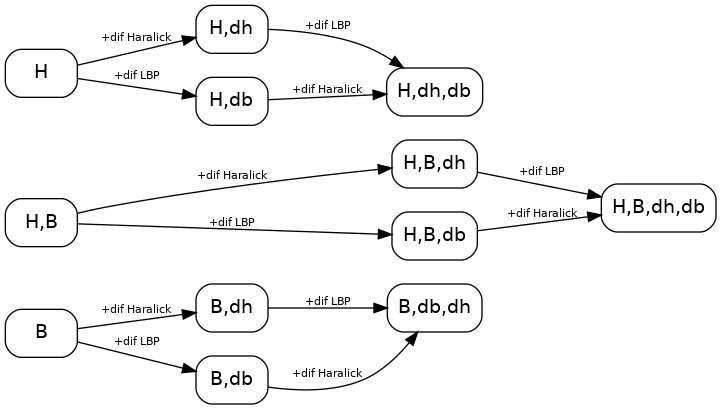
Before: docs/diagrams/tratamentos.png, a diagram exported from Graphviz (nuba/uff-2023-tcc-simetria-mamas). Its source is kept beside it as docs/diagrams/tratamentos.dot. The source it was exported from:
```dot
digraph tratamentos {
rankdir=LR
node[fontname="Sans", style=rounded,shape=rectangle]
edge[fontname="Sans",fontsize="8"]

{H; B; H_B; rank=same}


H -> H_B  [style="invis", constraint=false]
B -> H_B  [style="invis", constraint=false]

H -> H_hd [label="+dif Haralick"]
H -> H_bd [label="+dif LBP"]
H_bd -> H_hd_bd [label="+dif Haralick"]

H_hd -> H_hd_B [style="invis"]
B_bd -> H_B_bd [style="invis"]

B -> B_bd [label="+dif LBP"]
B -> B_hd [label="+dif Haralick"]
B_hd -> B_hd_bd [label="+dif LBP"]

H_hd -> H_hd_bd [label="+dif LBP"]
B_bd -> B_hd_bd [label="+dif Haralick"]

H_B -> H_B_bd [label="+dif LBP"]
H_B_bd -> H_hd_B_bd [label="+dif Haralick"]

H_B -> H_hd_B [label="+dif Haralick"]
H_hd_B -> H_hd_B_bd [label="+dif LBP"]

B_hd_bd -> H_hd_B_bd [style="invis"]
H_hd_bd ->  H_hd_B_bd [style="invis"]

B_hd -> H_hd_B [style="invis"]
H_bd -> H_B_bd [style="invis"]


H[label="H"]
B[label="B"]
H_B[label="H,B"]
H_hd_B_bd [label="H,B,dh,db"]
B_bd [label="B,db"]
B_hd [label="B,dh"]
B_hd_bd [label="B,db,dh"]
H_B_bd [label="H,B,db"]
H_bd [label="H,db"]
H_hd [label="H,dh"]
H_hd_B [label="H,B,dh"]
H_hd_B_bd [label="H,B,dh,db"]
H_hd_bd [label="H,dh,db"]


}
```
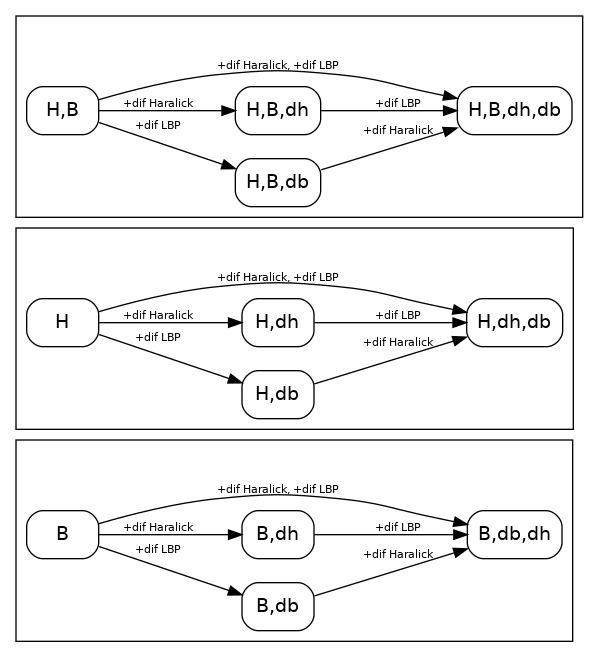
The same file after the commit.

The edit, as a diff of the source:
```diff
@@ -3,18 +3,38 @@
 node[fontname="Sans", style=rounded,shape=rectangle]
 edge[fontname="Sans",fontsize="8"]
 
-{H; B; H_B; rank=same}
 
+subgraph cluster_1 {
+B[label="B"]
+B_bd [label="B,db"]
+B_hd [label="B,dh"]
+B_hd_bd [label="B,db,dh"]
+}
 
-H -> H_B  [style="invis", constraint=false]
-B -> H_B  [style="invis", constraint=false]
+subgraph cluster_2 {
+H[label="H"]
+H_bd [label="H,db"]
+H_hd [label="H,dh"]
+H_hd_bd [label="H,dh,db"]
 
 H -> H_hd [label="+dif Haralick"]
 H -> H_bd [label="+dif LBP"]
 H_bd -> H_hd_bd [label="+dif Haralick"]
+H -> H_hd_bd [label="+dif Haralick, +dif LBP"]
+}
 
-H_hd -> H_hd_B [style="invis"]
-B_bd -> H_B_bd [style="invis"]
+subgraph cluster_3 {
+H_B[label="H,B"]
+H_B_bd [label="H,B,db"]
+H_hd_B [label="H,B,dh"]
+H_hd_B_bd [label="H,B,dh,db"]
+}
+
+
+
+
+
+
 
 B -> B_bd [label="+dif LBP"]
 B -> B_hd [label="+dif Haralick"]
@@ -22,33 +42,18 @@
 
 H_hd -> H_hd_bd [label="+dif LBP"]
 B_bd -> B_hd_bd [label="+dif Haralick"]
+B -> B_hd_bd [label="+dif Haralick, +dif LBP"]
 
 H_B -> H_B_bd [label="+dif LBP"]
 H_B_bd -> H_hd_B_bd [label="+dif Haralick"]
 
 H_B -> H_hd_B [label="+dif Haralick"]
 H_hd_B -> H_hd_B_bd [label="+dif LBP"]
-
-B_hd_bd -> H_hd_B_bd [style="invis"]
-H_hd_bd ->  H_hd_B_bd [style="invis"]
-
-B_hd -> H_hd_B [style="invis"]
-H_bd -> H_B_bd [style="invis"]
+H_B -> H_hd_B_bd [label="+dif Haralick, +dif LBP"]
 
 
-H[label="H"]
-B[label="B"]
-H_B[label="H,B"]
-H_hd_B_bd [label="H,B,dh,db"]
-B_bd [label="B,db"]
-B_hd [label="B,dh"]
-B_hd_bd [label="B,db,dh"]
-H_B_bd [label="H,B,db"]
-H_bd [label="H,db"]
-H_hd [label="H,dh"]
-H_hd_B [label="H,B,dh"]
-H_hd_B_bd [label="H,B,dh,db"]
-H_hd_bd [label="H,dh,db"]
+
+
 
 
 }
```
